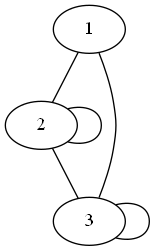
Above: dz4/graph2.png in Whatislove00/Dz2 (Graphviz), before the change. Its source is kept beside it as dz4/graph2.dot.
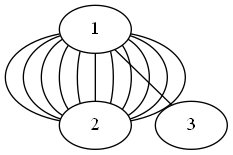
Later version of the same file.

Change to the diagram source:
```diff
@@ -3,8 +3,15 @@
 2;
 3;
 1 -- 2;
+1 -- 2;
+1 -- 2;
+1 -- 2;
+1 -- 2;
+1 -- 2;
+1 -- 2;
+1 -- 2;
+1 -- 2;
+1 -- 2;
+1 -- 2;
 1 -- 3;
-2 -- 2;
-2 -- 3;
-3 -- 3;
 }
```
